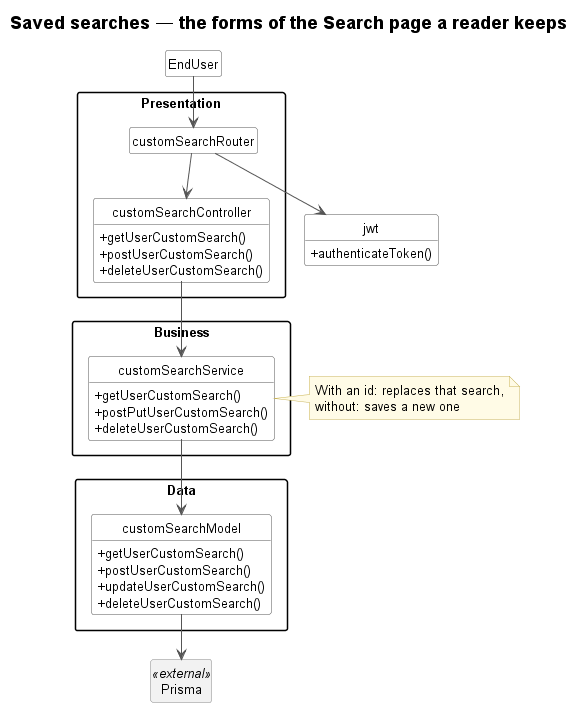
Before: docs/UML/sprint4/02-saved-searches.png, a diagram exported from PlantUML (TPI2026-NewsGenerator/NewsGenerator-Backend). The source it was exported from:
```plantuml
@startuml 02-saved-searches
!include _style.iuml
title Saved searches — the forms of the Search page a reader keeps

class EndUser
package "Presentation" {
    class customSearchRouter
    class customSearchController {
        + getUserCustomSearch()
        + postUserCustomSearch()
        + deleteUserCustomSearch()
    }
}
package "Business" {
    class customSearchService {
        + getUserCustomSearch()
        + postPutUserCustomSearch()
        + deleteUserCustomSearch()
    }
}
note right of customSearchService
    With an id: replaces that search,
    without: saves a new one
end note
package "Data" {
    class customSearchModel {
        + getUserCustomSearch()
        + postUserCustomSearch()
        + updateUserCustomSearch()
        + deleteUserCustomSearch()
    }
}
class jwt {
    + authenticateToken()
}
class Prisma <<external>>

EndUser --> customSearchRouter
customSearchRouter --> jwt
customSearchRouter --> customSearchController
customSearchController --> customSearchService
customSearchService --> customSearchModel
customSearchModel --> Prisma
@enduml
```
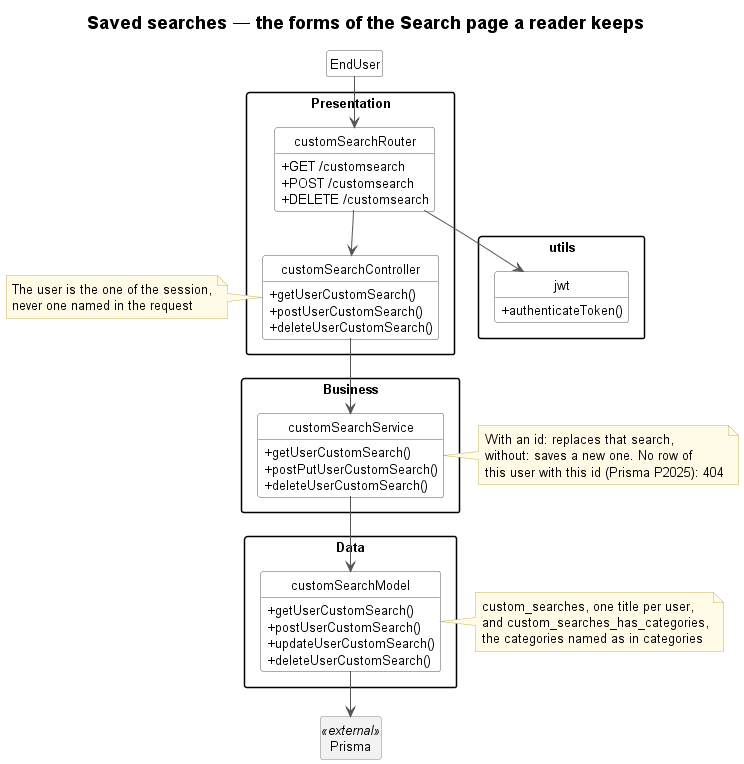
Above is the later version.

The edit, as a diff of the source:
```diff
@@ -4,13 +4,21 @@
 
 class EndUser
 package "Presentation" {
-    class customSearchRouter
+    class customSearchRouter {
+        + GET /customsearch
+        + POST /customsearch
+        + DELETE /customsearch
+    }
     class customSearchController {
         + getUserCustomSearch()
         + postUserCustomSearch()
         + deleteUserCustomSearch()
     }
 }
+note left of customSearchController
+    The user is the one of the session,
+    never one named in the request
+end note
 package "Business" {
     class customSearchService {
         + getUserCustomSearch()
@@ -20,7 +28,8 @@
 }
 note right of customSearchService
     With an id: replaces that search,
-    without: saves a new one
+    without: saves a new one. No row of
+    this user with this id (Prisma P2025): 404
 end note
 package "Data" {
     class customSearchModel {
@@ -30,8 +39,15 @@
         + deleteUserCustomSearch()
     }
 }
-class jwt {
-    + authenticateToken()
+note right of customSearchModel
+    custom_searches, one title per user,
+    and custom_searches_has_categories,
+    the categories named as in categories
+end note
+package "utils" {
+    class jwt {
+        + authenticateToken()
+    }
 }
 class Prisma <<external>>
 
```
